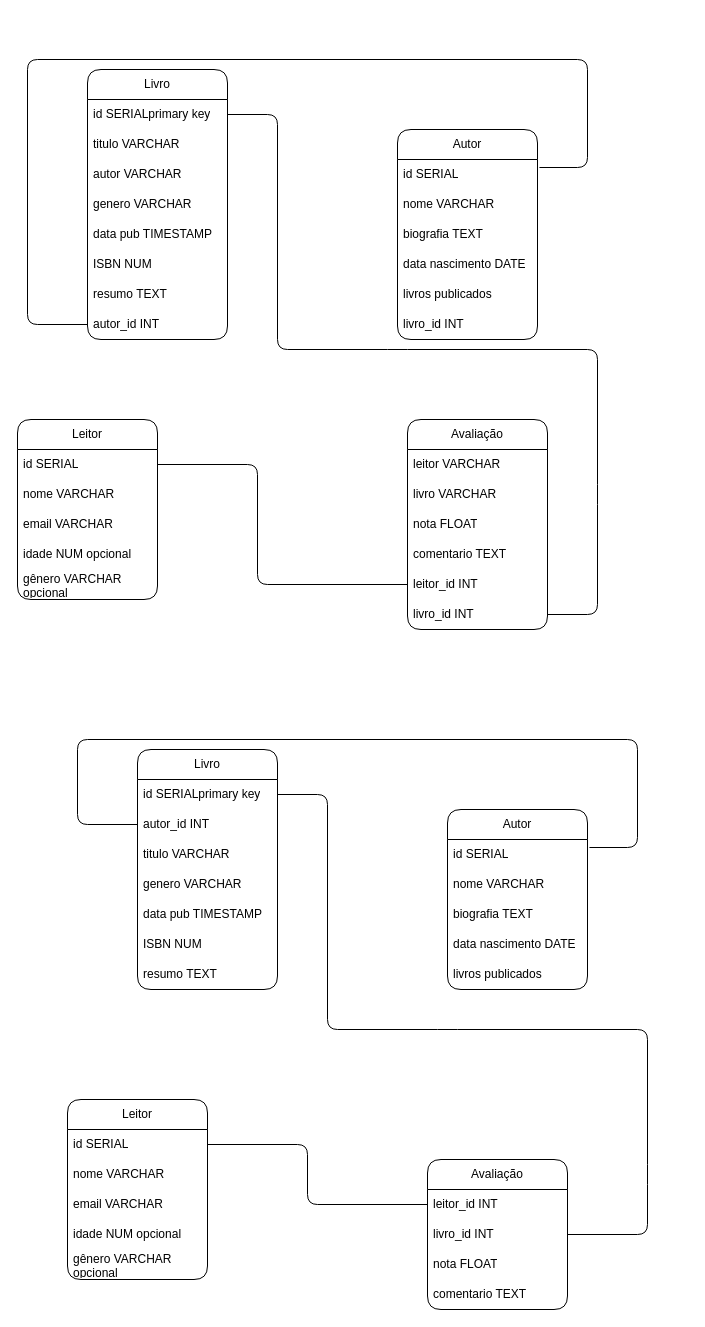
The draw.io diagram One bit code/4-Dados/exercicio4.drawio in KimberlyMartins/OneBitCode-Ruby, before the edit. Source tidied: cells renumbered, new cells numbered last; positions are measured from the earlier drawing's top-left corner, leaving out a move shared by most shapes. Both pictures are drawn from the tidied source at 100%, with x=0, y=0 at pixel (17, 59).
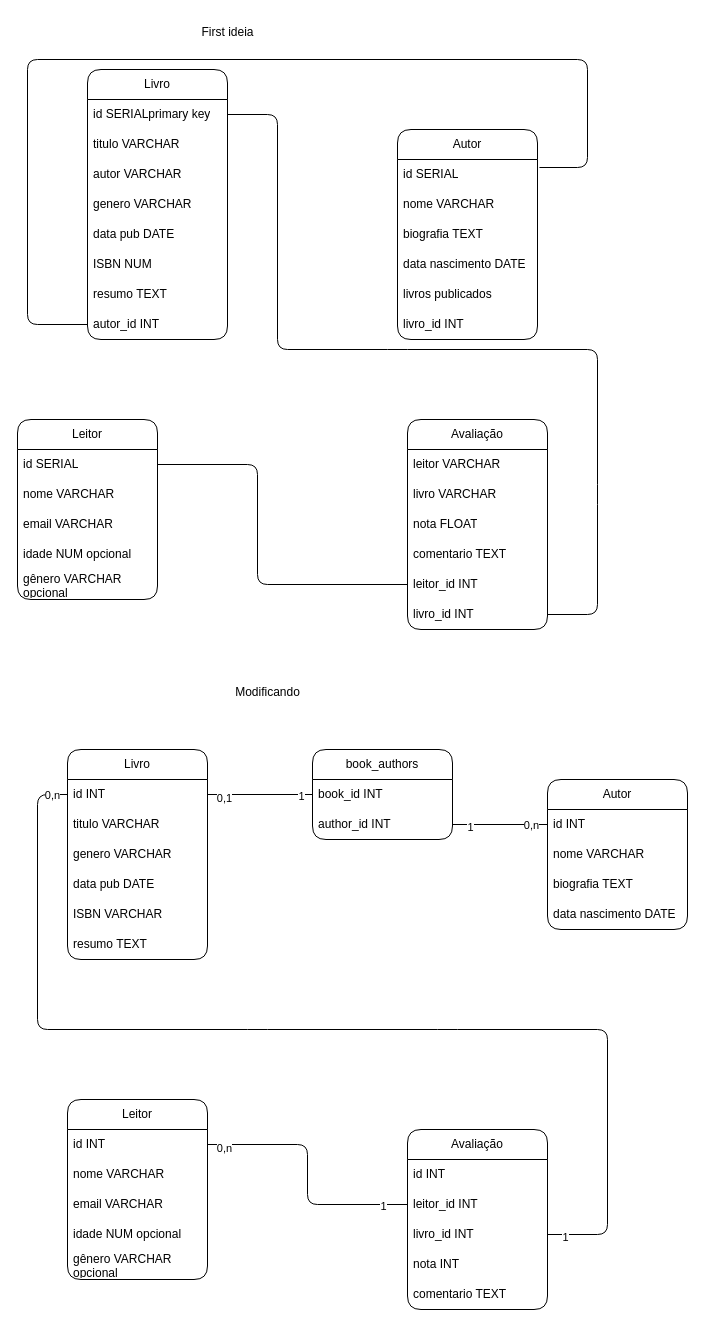
Above is the later version.

The change refers to these unchanged cells:
```xml
<mxCell id="2" value="Livro" style="swimlane;fontStyle=0;horizontal=1;startSize=30;whiteSpace=wrap;html=1;rounded=1;" parent="1" vertex="1">
  <mxGeometry x="70" y="10" width="140" height="270" as="geometry" />
</mxCell>
<mxCell id="48" value="Leitor" style="swimlane;fontStyle=0;horizontal=1;startSize=30;whiteSpace=wrap;html=1;rounded=1;" parent="1" vertex="1">
  <mxGeometry x="50" y="1040" width="140" height="180" as="geometry" />
</mxCell>
<mxCell id="54" style="endArrow=none;html=1;exitX=1;exitY=0.5;exitDx=0;exitDy=0;" parent="1" edge="1" source="49" target="57">
  <mxGeometry relative="1" as="geometry">
    <Array as="points">
      <mxPoint x="290" y="1085" />
      <mxPoint x="290" y="1145" />
    </Array>
  </mxGeometry>
</mxCell>
```

Change to the diagram source:
```diff
@@
-    <mxCell id="7" value="data pub TIMESTAMP" style="text;strokeColor=none;fillColor=none;align=left;verticalAlign=middle;spacingLeft=4;spacingRight=4;overflow=hidden;whiteSpace=wrap;html=1;" parent="2" vertex="1">
+    <mxCell id="7" value="data pub DATE" style="text;strokeColor=none;fillColor=none;align=left;verticalAlign=middle;spacingLeft=4;spacingRight=4;overflow=hidden;whiteSpace=wrap;html=1;" parent="2" vertex="1">
       <mxGeometry y="150" width="140" height="30" as="geometry" />
     </mxCell>
@@
     <mxCell id="34" value="Livro" style="swimlane;fontStyle=0;horizontal=1;startSize=30;whiteSpace=wrap;html=1;rounded=1;" parent="1" vertex="1">
-      <mxGeometry x="120" y="690" width="140" height="240" as="geometry" />
+      <mxGeometry x="50" y="690" width="140" height="210" as="geometry" />
     </mxCell>
-    <mxCell id="35" value="id SERIALprimary key" style="text;strokeColor=none;fillColor=none;align=left;verticalAlign=middle;spacingLeft=4;spacingRight=4;overflow=hidden;points=[[0,0.5],[1,0.5]];portConstraint=eastwest;whiteSpace=wrap;html=1;" parent="34" vertex="1">
+    <mxCell id="35" value="id INT" style="text;strokeColor=none;fillColor=none;align=left;verticalAlign=middle;spacingLeft=4;spacingRight=4;overflow=hidden;points=[[0,0.5],[1,0.5]];portConstraint=eastwest;whiteSpace=wrap;html=1;" parent="34" vertex="1">
       <mxGeometry y="30" width="140" height="30" as="geometry" />
     </mxCell>
-    <mxCell id="36" value="autor_id INT" style="text;strokeColor=none;fillColor=none;align=left;verticalAlign=middle;spacingLeft=4;spacingRight=4;overflow=hidden;points=[[0,0.5],[1,0.5]];portConstraint=eastwest;whiteSpace=wrap;html=1;" parent="34" vertex="1">
-      <mxGeometry y="60" width="140" height="30" as="geometry" />
-    </mxCell>
     <mxCell id="37" value="titulo VARCHAR&amp;nbsp;" style="text;strokeColor=none;fillColor=none;align=left;verticalAlign=middle;spacingLeft=4;spacingRight=4;overflow=hidden;whiteSpace=wrap;html=1;" parent="34" vertex="1">
-      <mxGeometry y="90" width="140" height="30" as="geometry" />
+      <mxGeometry y="60" width="140" height="30" as="geometry" />
     </mxCell>
     <mxCell id="38" value="genero VARCHAR" style="text;strokeColor=none;fillColor=none;align=left;verticalAlign=middle;spacingLeft=4;spacingRight=4;overflow=hidden;whiteSpace=wrap;html=1;" parent="34" vertex="1">
-      <mxGeometry y="120" width="140" height="30" as="geometry" />
+      <mxGeometry y="90" width="140" height="30" as="geometry" />
     </mxCell>
-    <mxCell id="39" value="data pub TIMESTAMP" style="text;strokeColor=none;fillColor=none;align=left;verticalAlign=middle;spacingLeft=4;spacingRight=4;overflow=hidden;whiteSpace=wrap;html=1;" parent="34" vertex="1">
-      <mxGeometry y="150" width="140" height="30" as="geometry" />
+    <mxCell id="39" value="data pub DATE" style="text;strokeColor=none;fillColor=none;align=left;verticalAlign=middle;spacingLeft=4;spacingRight=4;overflow=hidden;whiteSpace=wrap;html=1;" parent="34" vertex="1">
+      <mxGeometry y="120" width="140" height="30" as="geometry" />
     </mxCell>
-    <mxCell id="40" value="ISBN NUM" style="text;strokeColor=none;fillColor=none;align=left;verticalAlign=middle;spacingLeft=4;spacingRight=4;overflow=hidden;whiteSpace=wrap;html=1;" parent="34" vertex="1">
-      <mxGeometry y="180" width="140" height="30" as="geometry" />
+    <mxCell id="40" value="ISBN VARCHAR" style="text;strokeColor=none;fillColor=none;align=left;verticalAlign=middle;spacingLeft=4;spacingRight=4;overflow=hidden;whiteSpace=wrap;html=1;" parent="34" vertex="1">
+      <mxGeometry y="150" width="140" height="30" as="geometry" />
     </mxCell>
     <mxCell id="41" value="resumo TEXT" style="text;strokeColor=none;fillColor=none;align=left;verticalAlign=middle;spacingLeft=4;spacingRight=4;overflow=hidden;whiteSpace=wrap;html=1;" parent="34" vertex="1">
-      <mxGeometry y="210" width="140" height="30" as="geometry" />
+      <mxGeometry y="180" width="140" height="30" as="geometry" />
     </mxCell>
     <mxCell id="42" value="Autor" style="swimlane;fontStyle=0;horizontal=1;startSize=30;whiteSpace=wrap;html=1;rounded=1;" parent="1" vertex="1">
-      <mxGeometry x="430" y="750" width="140" height="180" as="geometry" />
+      <mxGeometry x="530" y="720" width="140" height="150" as="geometry" />
     </mxCell>
-    <mxCell id="43" value="id SERIAL" style="text;strokeColor=none;fillColor=none;align=left;verticalAlign=middle;spacingLeft=4;spacingRight=4;overflow=hidden;points=[[0,0.5],[1,0.5]];portConstraint=eastwest;whiteSpace=wrap;html=1;" parent="42" vertex="1">
+    <mxCell id="43" value="id INT" style="text;strokeColor=none;fillColor=none;align=left;verticalAlign=middle;spacingLeft=4;spacingRight=4;overflow=hidden;points=[[0,0.5],[1,0.5]];portConstraint=eastwest;whiteSpace=wrap;html=1;" parent="42" vertex="1">
       <mxGeometry y="30" width="140" height="30" as="geometry" />
     </mxCell>
@@
-    <mxCell id="47" value="livros publicados" style="text;strokeColor=none;fillColor=none;align=left;verticalAlign=middle;spacingLeft=4;spacingRight=4;overflow=hidden;whiteSpace=wrap;html=1;" parent="42" vertex="1">
-      <mxGeometry y="150" width="140" height="30" as="geometry" />
-    </mxCell>
@@
-    <mxCell id="49" value="id SERIAL" style="text;strokeColor=none;fillColor=none;align=left;verticalAlign=middle;spacingLeft=4;spacingRight=4;overflow=hidden;points=[[0,0.5],[1,0.5]];portConstraint=eastwest;whiteSpace=wrap;html=1;" parent="48" vertex="1">
+    <mxCell id="49" value="id INT" style="text;strokeColor=none;fillColor=none;align=left;verticalAlign=middle;spacingLeft=4;spacingRight=4;overflow=hidden;points=[[0,0.5],[1,0.5]];portConstraint=eastwest;whiteSpace=wrap;html=1;" parent="48" vertex="1">
       <mxGeometry y="30" width="140" height="30" as="geometry" />
     </mxCell>
@@
+    <mxCell id="62" value="1" style="edgeLabel;html=1;align=center;verticalAlign=middle;" parent="54" vertex="1">
+      <mxGeometry x="0.81" y="-1" relative="1" as="geometry" />
+    </mxCell>
+    <mxCell id="63" value="0,n" style="edgeLabel;html=1;align=center;verticalAlign=middle;" parent="54" vertex="1">
+      <mxGeometry x="-0.88" y="-3" relative="1" as="geometry" />
+    </mxCell>
-    <mxCell id="55" style="endArrow=none;html=1;exitX=1;exitY=0.5;exitDx=0;exitDy=0;entryX=1;entryY=0.5;entryDx=0;entryDy=0;" parent="1" edge="1" source="58" target="35">
+    <mxCell id="55" style="endArrow=none;html=1;exitX=1;exitY=0.5;exitDx=0;exitDy=0;entryX=0;entryY=0.5;entryDx=0;entryDy=0;" parent="1" edge="1" source="58" target="35">
       <mxGeometry relative="1" as="geometry">
         <Array as="points">
-          <mxPoint x="630" y="1175" />
-          <mxPoint x="630" y="1115" />
-          <mxPoint x="630" y="970" />
+          <mxPoint x="590" y="1175" />
+          <mxPoint x="590" y="970" />
           <mxPoint x="430" y="970" />
-          <mxPoint x="310" y="970" />
-          <mxPoint x="310" y="735" />
+          <mxPoint x="240" y="970" />
+          <mxPoint x="20" y="970" />
+          <mxPoint x="20" y="735" />
         </Array>
       </mxGeometry>
     </mxCell>
+    <mxCell id="64" value="0,n" style="edgeLabel;html=1;align=center;verticalAlign=middle;" parent="55" vertex="1">
+      <mxGeometry x="0.97" relative="1" as="geometry" />
+    </mxCell>
+    <mxCell id="65" value="1" style="edgeLabel;html=1;align=center;verticalAlign=middle;" parent="55" vertex="1">
+      <mxGeometry x="-0.97" y="-2" relative="1" as="geometry" />
+    </mxCell>
     <mxCell id="56" value="Avaliação" style="swimlane;fontStyle=0;horizontal=1;startSize=30;whiteSpace=wrap;html=1;swimlaneLine=1;rounded=1;" parent="1" vertex="1">
-      <mxGeometry x="410" y="1100" width="140" height="150" as="geometry" />
+      <mxGeometry x="390" y="1070" width="140" height="180" as="geometry" />
     </mxCell>
+    <mxCell id="66" value="id INT" style="text;strokeColor=none;fillColor=none;align=left;verticalAlign=middle;spacingLeft=4;spacingRight=4;overflow=hidden;whiteSpace=wrap;html=1;" parent="56" vertex="1">
+      <mxGeometry y="30" width="140" height="30" as="geometry" />
+    </mxCell>
     <mxCell id="57" value="leitor_id INT" style="text;strokeColor=none;fillColor=none;align=left;verticalAlign=middle;spacingLeft=4;spacingRight=4;overflow=hidden;points=[[0,0.5],[1,0.5]];portConstraint=eastwest;whiteSpace=wrap;html=1;" parent="56" vertex="1">
-      <mxGeometry y="30" width="140" height="30" as="geometry" />
+      <mxGeometry y="60" width="140" height="30" as="geometry" />
     </mxCell>
     <mxCell id="58" value="livro_id INT" style="text;strokeColor=none;fillColor=none;align=left;verticalAlign=middle;spacingLeft=4;spacingRight=4;overflow=hidden;points=[[0,0.5],[1,0.5]];portConstraint=eastwest;whiteSpace=wrap;html=1;" parent="56" vertex="1">
-      <mxGeometry y="60" width="140" height="30" as="geometry" />
+      <mxGeometry y="90" width="140" height="30" as="geometry" />
     </mxCell>
-    <mxCell id="59" value="nota FLOAT" style="text;strokeColor=none;fillColor=none;align=left;verticalAlign=middle;spacingLeft=4;spacingRight=4;overflow=hidden;whiteSpace=wrap;html=1;" parent="56" vertex="1">
-      <mxGeometry y="90" width="140" height="30" as="geometry" />
+    <mxCell id="59" value="nota INT" style="text;strokeColor=none;fillColor=none;align=left;verticalAlign=middle;spacingLeft=4;spacingRight=4;overflow=hidden;whiteSpace=wrap;html=1;" parent="56" vertex="1">
+      <mxGeometry y="120" width="140" height="30" as="geometry" />
     </mxCell>
     <mxCell id="60" value="comentario TEXT" style="text;strokeColor=none;fillColor=none;align=left;verticalAlign=middle;spacingLeft=4;spacingRight=4;overflow=hidden;whiteSpace=wrap;html=1;" parent="56" vertex="1">
-      <mxGeometry y="120" width="140" height="30" as="geometry" />
+      <mxGeometry y="150" width="140" height="30" as="geometry" />
     </mxCell>
-    <mxCell id="61" style="endArrow=none;html=1;entryX=0;entryY=0.5;entryDx=0;entryDy=0;exitX=1.014;exitY=0.267;exitDx=0;exitDy=0;exitPerimeter=0;" parent="1" edge="1" source="43" target="36">
-      <mxGeometry relative="1" as="geometry">
-        <Array as="points">
-          <mxPoint x="620" y="788" />
-          <mxPoint x="620" y="680" />
-          <mxPoint x="60" y="680" />
-          <mxPoint x="60" y="765" />
-        </Array>
-      </mxGeometry>
-    </mxCell>
+    <mxCell id="67" value="First ideia" style="text;html=1;align=center;verticalAlign=middle;strokeColor=none;fillColor=none;" parent="1" vertex="1">
+      <mxGeometry x="170" y="-42" width="80" height="30" as="geometry" />
+    </mxCell>
+    <mxCell id="68" value="Modificando" style="text;html=1;align=center;verticalAlign=middle;strokeColor=none;fillColor=none;" parent="1" vertex="1">
+      <mxGeometry x="205" y="618" width="90" height="30" as="geometry" />
+    </mxCell>
+    <mxCell id="69" value="book_authors" style="swimlane;fontStyle=0;horizontal=1;startSize=30;whiteSpace=wrap;html=1;rounded=1;" parent="1" vertex="1">
+      <mxGeometry x="295" y="690" width="140" height="90" as="geometry" />
+    </mxCell>
+    <mxCell id="70" value="book_id INT" style="text;strokeColor=none;fillColor=none;align=left;verticalAlign=middle;spacingLeft=4;spacingRight=4;overflow=hidden;points=[[0,0.5],[1,0.5]];portConstraint=eastwest;whiteSpace=wrap;html=1;" parent="69" vertex="1">
+      <mxGeometry y="30" width="140" height="30" as="geometry" />
+    </mxCell>
+    <mxCell id="71" value="author_id INT" style="text;strokeColor=none;fillColor=none;align=left;verticalAlign=middle;spacingLeft=4;spacingRight=4;overflow=hidden;points=[[0,0.5],[1,0.5]];portConstraint=eastwest;whiteSpace=wrap;html=1;" parent="69" vertex="1">
+      <mxGeometry y="60" width="140" height="30" as="geometry" />
+    </mxCell>
+    <mxCell id="72" style="endArrow=none;html=1;exitX=1;exitY=0.5;exitDx=0;exitDy=0;entryX=0;entryY=0.5;entryDx=0;entryDy=0;" parent="1" edge="1" source="71" target="43">
+      <mxGeometry relative="1" as="geometry" />
+    </mxCell>
+    <mxCell id="73" value="0,n" style="edgeLabel;html=1;align=center;verticalAlign=middle;" parent="72" vertex="1">
+      <mxGeometry x="0.64" relative="1" as="geometry" />
+    </mxCell>
+    <mxCell id="74" value="1" style="edgeLabel;html=1;align=center;verticalAlign=middle;" parent="72" vertex="1">
+      <mxGeometry x="-0.64" y="-2" relative="1" as="geometry" />
+    </mxCell>
+    <mxCell id="75" style="endArrow=none;html=1;exitX=1;exitY=0.5;exitDx=0;exitDy=0;entryX=0;entryY=0.5;entryDx=0;entryDy=0;" parent="1" edge="1" source="35" target="70">
+      <mxGeometry relative="1" as="geometry" />
+    </mxCell>
+    <mxCell id="76" value="0,1" style="edgeLabel;html=1;align=center;verticalAlign=middle;" parent="75" vertex="1">
+      <mxGeometry x="-0.7" y="-3" relative="1" as="geometry" />
+    </mxCell>
+    <mxCell id="77" value="1" style="edgeLabel;html=1;align=center;verticalAlign=middle;" parent="75" vertex="1">
+      <mxGeometry x="0.77" y="-1" relative="1" as="geometry" />
+    </mxCell>
```
